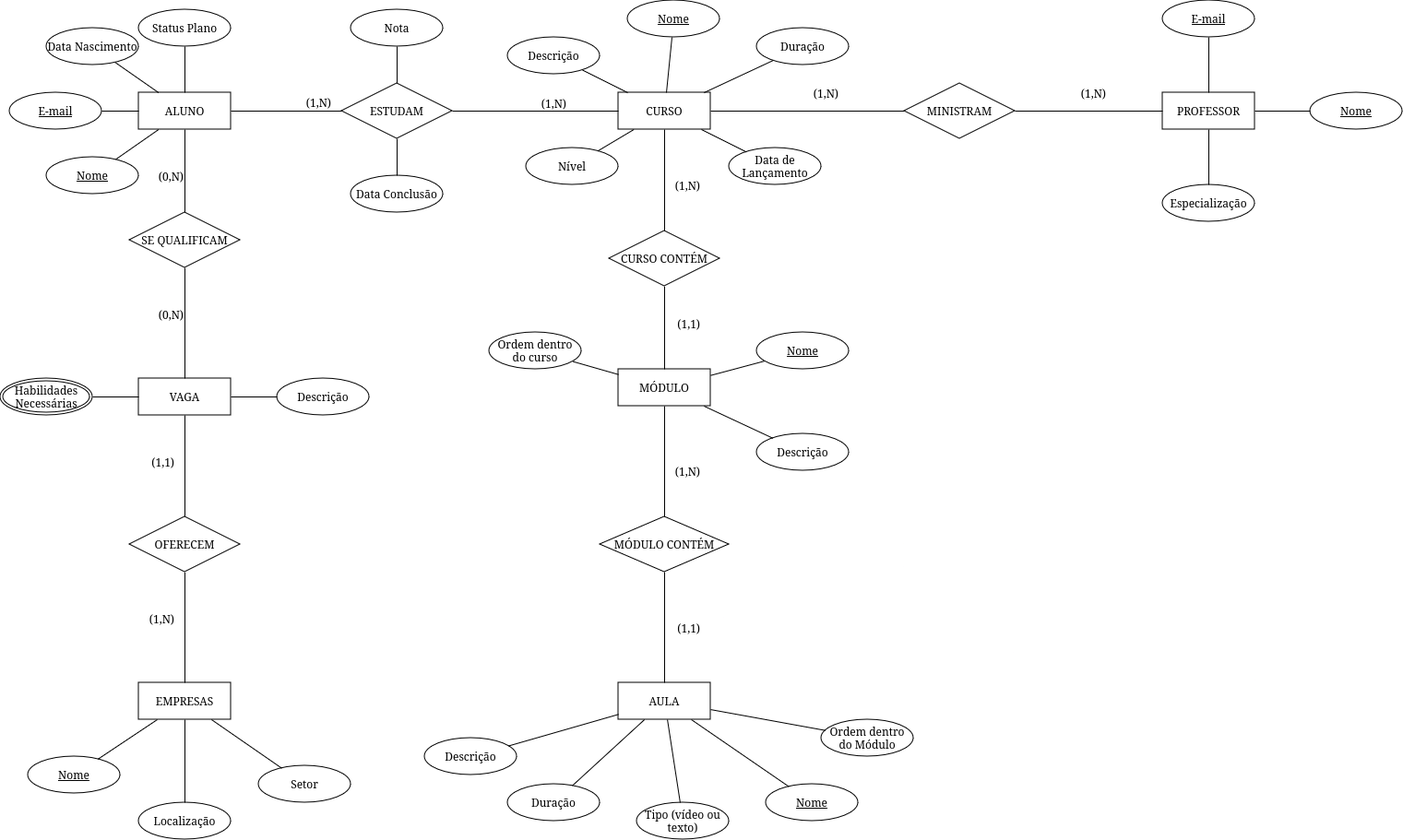
The draw.io diagram Diagrama/diagramaBD_v5.png in kenjiThiago/ProjetoBD1, before a commit. Source tidied: cells renumbered, new cells last; positions are measured from the earlier drawing's top-left corner, leaving out a move shared by most shapes.
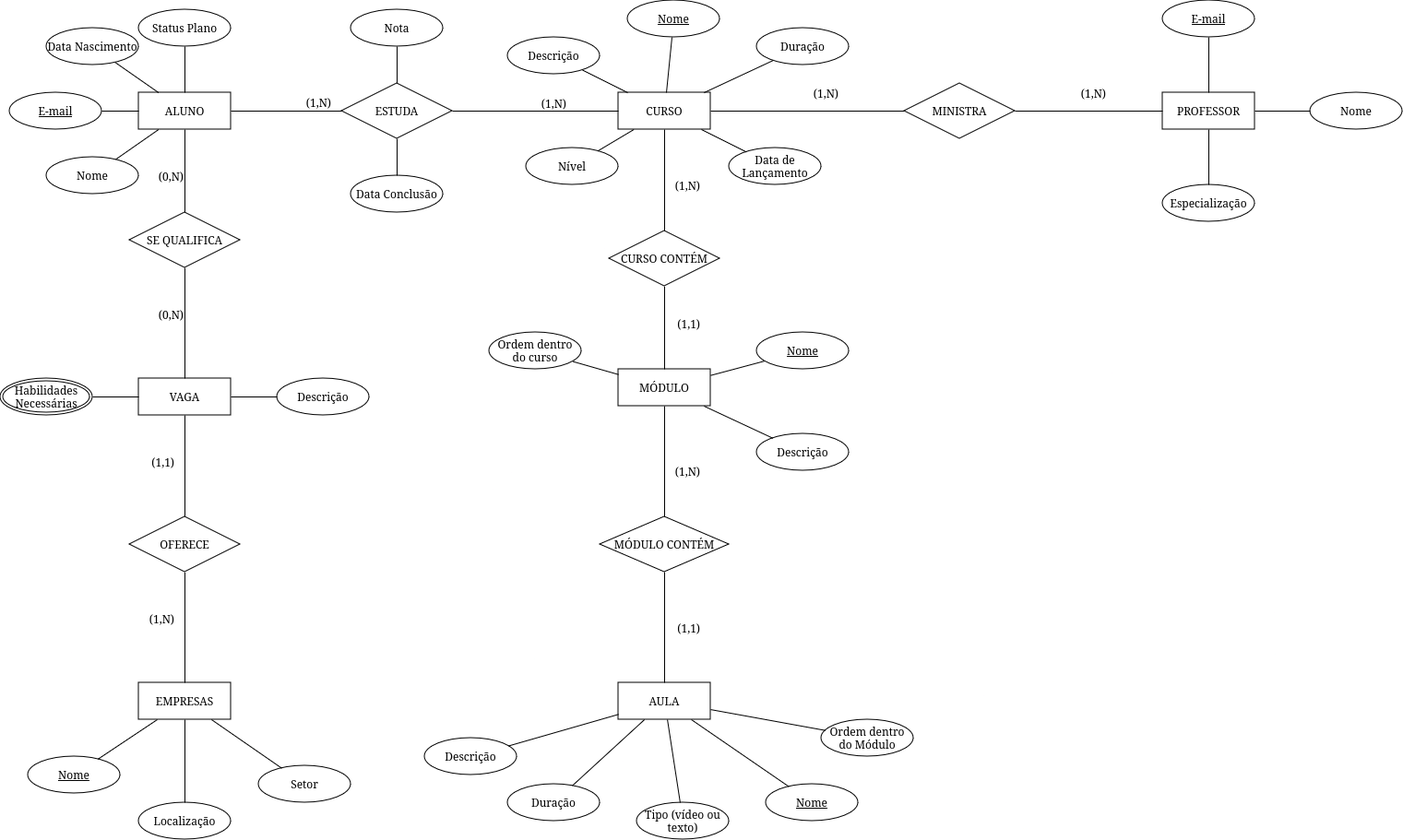
After the commit.

Commit message:
[Diagrama] Corrigido plural nas relações

What changed in the source:
```diff
@@ -20,7 +20,7 @@
     <mxCell id="7" style="endArrow=none;html=1;rounded=0;" parent="1" edge="1" source="3" target="2">
       <mxGeometry relative="1" as="geometry" />
     </mxCell>
-    <mxCell id="8" value="ESTUDAM" style="shape=rhombus;perimeter=rhombusPerimeter;whiteSpace=wrap;html=1;align=center;" parent="1" vertex="1">
+    <mxCell id="8" value="ESTUDA" style="shape=rhombus;perimeter=rhombusPerimeter;whiteSpace=wrap;html=1;align=center;" parent="1" vertex="1">
       <mxGeometry x="370" y="90" width="120" height="60" as="geometry" />
     </mxCell>
     <mxCell id="9" style="endArrow=none;html=1;rounded=0;" parent="1" edge="1" source="8" target="2">
@@ -61,7 +61,7 @@
     <mxCell id="20" style="endArrow=none;html=1;rounded=0;" parent="1" edge="1" source="11" target="16">
       <mxGeometry relative="1" as="geometry" />
     </mxCell>
-    <mxCell id="21" value="MINISTRAM" style="shape=rhombus;perimeter=rhombusPerimeter;whiteSpace=wrap;html=1;align=center;" parent="1" vertex="1">
+    <mxCell id="21" value="MINISTRA" style="shape=rhombus;perimeter=rhombusPerimeter;whiteSpace=wrap;html=1;align=center;" parent="1" vertex="1">
       <mxGeometry x="980" y="90" width="120" height="60" as="geometry" />
     </mxCell>
     <mxCell id="22" style="endArrow=none;html=1;rounded=0;" parent="1" edge="1" source="21" target="11">
@@ -83,7 +83,7 @@
         <mxPoint x="-60" y="-10" as="offset" />
       </mxGeometry>
     </mxCell>
-    <mxCell id="27" value="Nome" style="ellipse;whiteSpace=wrap;html=1;align=center;fontStyle=4;" parent="1" vertex="1">
+    <mxCell id="27" value="Nome" style="ellipse;whiteSpace=wrap;html=1;align=center;fontStyle=0;" parent="1" vertex="1">
       <mxGeometry x="1420" y="100" width="100" height="40" as="geometry" />
     </mxCell>
     <mxCell id="28" value="Especialização" style="ellipse;whiteSpace=wrap;html=1;align=center;" parent="1" vertex="1">
@@ -221,7 +221,7 @@
     <mxCell id="68" value="Descrição" style="ellipse;whiteSpace=wrap;html=1;align=center;" parent="1" vertex="1">
       <mxGeometry x="300" y="410" width="100" height="40" as="geometry" />
     </mxCell>
-    <mxCell id="69" value="SE QUALIFICAM" style="shape=rhombus;perimeter=rhombusPerimeter;whiteSpace=wrap;html=1;align=center;" parent="1" vertex="1">
+    <mxCell id="69" value="SE QUALIFICA" style="shape=rhombus;perimeter=rhombusPerimeter;whiteSpace=wrap;html=1;align=center;" parent="1" vertex="1">
       <mxGeometry x="140" y="230" width="120" height="60" as="geometry" />
     </mxCell>
     <mxCell id="70" style="endArrow=none;html=1;rounded=0;" parent="1" edge="1" source="93" target="62">
@@ -246,7 +246,7 @@
         <mxPoint y="-60" as="offset" />
       </mxGeometry>
     </mxCell>
-    <mxCell id="76" value="Nome" style="ellipse;whiteSpace=wrap;html=1;align=center;fontStyle=4;" parent="1" vertex="1">
+    <mxCell id="76" value="Nome" style="ellipse;whiteSpace=wrap;html=1;align=center;fontStyle=0;" parent="1" vertex="1">
       <mxGeometry x="50" y="170" width="100" height="40" as="geometry" />
     </mxCell>
     <mxCell id="77" style="endArrow=none;html=1;rounded=0;" parent="1" edge="1" source="11" target="15">
@@ -293,7 +293,7 @@
     <mxCell id="90" style="endArrow=none;html=1;rounded=0;" parent="1" edge="1" source="88" target="8">
       <mxGeometry relative="1" as="geometry" />
     </mxCell>
-    <mxCell id="91" value="OFERECEM" style="shape=rhombus;perimeter=rhombusPerimeter;whiteSpace=wrap;html=1;align=center;" parent="1" vertex="1">
+    <mxCell id="91" value="OFERECE" style="shape=rhombus;perimeter=rhombusPerimeter;whiteSpace=wrap;html=1;align=center;" parent="1" vertex="1">
       <mxGeometry x="140" y="560" width="120" height="60" as="geometry" />
     </mxCell>
     <mxCell id="92" style="endArrow=none;html=1;rounded=0;" parent="1" edge="1" source="5" target="2">
```
